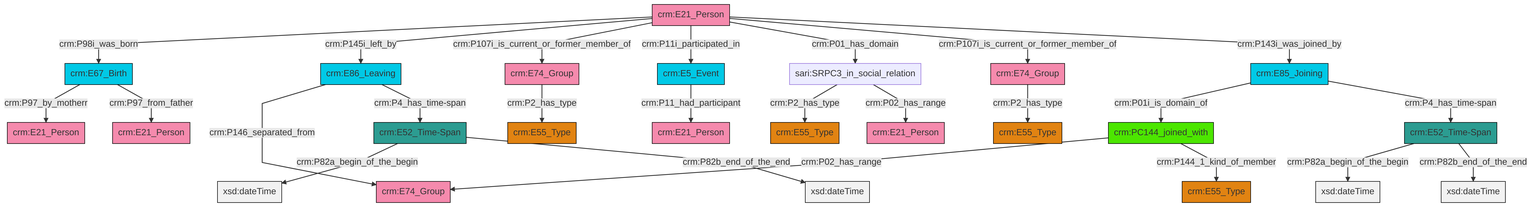
This is et/personCSV/ttl/mmd/png/Person_Actor_Relations.png from swiss-art-research-net/docs.swissartresearch, a Mermaid export, as it was before one commit. Its source is kept beside it as et/personCSV/ttl/mmd/Person_Actor_Relations.ttl.mmd.
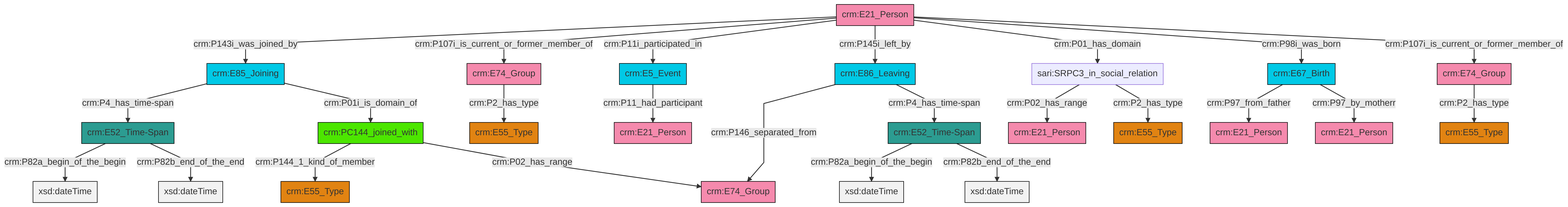
The same diagram one commit later.

Change to the diagram source:
```diff
@@ -13,27 +13,27 @@
 classDef PC_Classes fill:#4ce600, stroke:#000000;
 classDef Multi fill:#cccccc,stroke:#000000;
 
-2["crm:E5_Event"]:::Temporal_Entity -->|crm:P11_had_participant| 3["crm:E21_Person"]:::Actor
-6["crm:E85_Joining"]:::Temporal_Entity -->|crm:P01i_is_domain_of| 7["crm:PC144_joined_with"]:::PC_Classes
-7["crm:PC144_joined_with"]:::PC_Classes -->|crm:P02_has_range| 14["crm:E74_Group"]:::Actor
-15["crm:E67_Birth"]:::Temporal_Entity -->|crm:P97_by_motherr| 4["crm:E21_Person"]:::Actor
-16["crm:E21_Person"]:::Actor -->|crm:P98i_was_born| 15["crm:E67_Birth"]:::Temporal_Entity
-17["crm:E86_Leaving"]:::Temporal_Entity -->|crm:P146_separated_from| 14["crm:E74_Group"]:::Actor
-20["crm:E52_Time-Span"]:::Time-Span -->|crm:P82a_begin_of_the_begin| 21[xsd:dateTime]:::Literal
-15["crm:E67_Birth"]:::Temporal_Entity -->|crm:P97_from_father| 18["crm:E21_Person"]:::Actor
-16["crm:E21_Person"]:::Actor -->|crm:P145i_left_by| 17["crm:E86_Leaving"]:::Temporal_Entity
-7["crm:PC144_joined_with"]:::PC_Classes -->|crm:P144_1_kind_of_member| 0["crm:E55_Type"]:::Type
-26["crm:E52_Time-Span"]:::Time-Span -->|crm:P82a_begin_of_the_begin| 27[xsd:dateTime]:::Literal
-26["crm:E52_Time-Span"]:::Time-Span -->|crm:P82b_end_of_the_end| 32[xsd:dateTime]:::Literal
-16["crm:E21_Person"]:::Actor -->|crm:P107i_is_current_or_former_member_of| 10["crm:E74_Group"]:::Actor
-22["crm:E74_Group"]:::Actor -->|crm:P2_has_type| 8["crm:E55_Type"]:::Type
-33["sari:SRPC3_in_social_relation"]:::Default -->|crm:P2_has_type| 34["crm:E55_Type"]:::Type
-20["crm:E52_Time-Span"]:::Time-Span -->|crm:P82b_end_of_the_end| 36[xsd:dateTime]:::Literal
-16["crm:E21_Person"]:::Actor -->|crm:P11i_participated_in| 2["crm:E5_Event"]:::Temporal_Entity
-16["crm:E21_Person"]:::Actor -->|crm:P01_has_domain| 33["sari:SRPC3_in_social_relation"]:::Default
-16["crm:E21_Person"]:::Actor -->|crm:P107i_is_current_or_former_member_of| 22["crm:E74_Group"]:::Actor
-6["crm:E85_Joining"]:::Temporal_Entity -->|crm:P4_has_time-span| 26["crm:E52_Time-Span"]:::Time-Span
-33["sari:SRPC3_in_social_relation"]:::Default -->|crm:P02_has_range| 39["crm:E21_Person"]:::Actor
-17["crm:E86_Leaving"]:::Temporal_Entity -->|crm:P4_has_time-span| 20["crm:E52_Time-Span"]:::Time-Span
-10["crm:E74_Group"]:::Actor -->|crm:P2_has_type| 12["crm:E55_Type"]:::Type
-16["crm:E21_Person"]:::Actor -->|crm:P143i_was_joined_by| 6["crm:E85_Joining"]:::Temporal_Entity
+2["sari:SRPC3_in_social_relation"]:::Default -->|crm:P02_has_range| 3["crm:E21_Person"]:::Actor
+4["crm:E21_Person"]:::Actor -->|crm:P143i_was_joined_by| 5["crm:E85_Joining"]:::Temporal_Entity
+6["crm:E74_Group"]:::Actor -->|crm:P2_has_type| 7["crm:E55_Type"]:::Type
+4["crm:E21_Person"]:::Actor -->|crm:P107i_is_current_or_former_member_of| 6["crm:E74_Group"]:::Actor
+4["crm:E21_Person"]:::Actor -->|crm:P11i_participated_in| 8["crm:E5_Event"]:::Temporal_Entity
+11["crm:E52_Time-Span"]:::Time-Span -->|crm:P82a_begin_of_the_begin| 12[xsd:dateTime]:::Literal
+9["crm:E52_Time-Span"]:::Time-Span -->|crm:P82a_begin_of_the_begin| 13[xsd:dateTime]:::Literal
+14["crm:PC144_joined_with"]:::PC_Classes -->|crm:P144_1_kind_of_member| 15["crm:E55_Type"]:::Type
+5["crm:E85_Joining"]:::Temporal_Entity -->|crm:P4_has_time-span| 9["crm:E52_Time-Span"]:::Time-Span
+4["crm:E21_Person"]:::Actor -->|crm:P145i_left_by| 16["crm:E86_Leaving"]:::Temporal_Entity
+11["crm:E52_Time-Span"]:::Time-Span -->|crm:P82b_end_of_the_end| 23[xsd:dateTime]:::Literal
+5["crm:E85_Joining"]:::Temporal_Entity -->|crm:P01i_is_domain_of| 14["crm:PC144_joined_with"]:::PC_Classes
+14["crm:PC144_joined_with"]:::PC_Classes -->|crm:P02_has_range| 25["crm:E74_Group"]:::Actor
+8["crm:E5_Event"]:::Temporal_Entity -->|crm:P11_had_participant| 20["crm:E21_Person"]:::Actor
+2["sari:SRPC3_in_social_relation"]:::Default -->|crm:P2_has_type| 27["crm:E55_Type"]:::Type
+16["crm:E86_Leaving"]:::Temporal_Entity -->|crm:P146_separated_from| 25["crm:E74_Group"]:::Actor
+17["crm:E67_Birth"]:::Temporal_Entity -->|crm:P97_from_father| 32["crm:E21_Person"]:::Actor
+4["crm:E21_Person"]:::Actor -->|crm:P01_has_domain| 2["sari:SRPC3_in_social_relation"]:::Default
+38["crm:E74_Group"]:::Actor -->|crm:P2_has_type| 29["crm:E55_Type"]:::Type
+17["crm:E67_Birth"]:::Temporal_Entity -->|crm:P97_by_motherr| 0["crm:E21_Person"]:::Actor
+9["crm:E52_Time-Span"]:::Time-Span -->|crm:P82b_end_of_the_end| 43[xsd:dateTime]:::Literal
+4["crm:E21_Person"]:::Actor -->|crm:P98i_was_born| 17["crm:E67_Birth"]:::Temporal_Entity
+4["crm:E21_Person"]:::Actor -->|crm:P107i_is_current_or_former_member_of| 38["crm:E74_Group"]:::Actor
+16["crm:E86_Leaving"]:::Temporal_Entity -->|crm:P4_has_time-span| 11["crm:E52_Time-Span"]:::Time-Span
```
